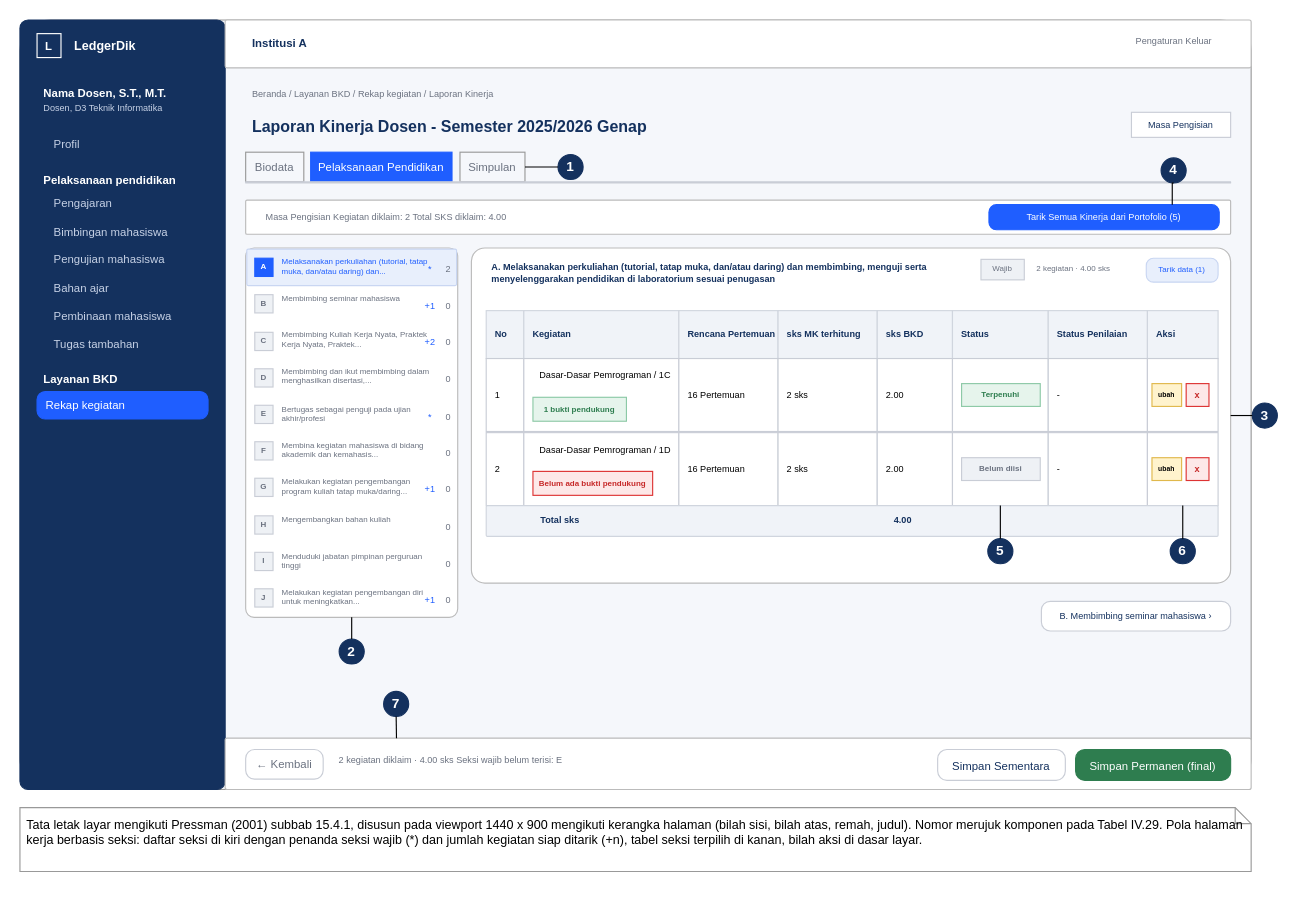
This is docs/diagram/IV-18-antarmuka-detail-rekap-kegiatan.drawio from SandChik/TugasAkhir, a draw.io file, before an edit. Source tidied: cells renumbered, new cells numbered last; positions are measured from the earlier drawing's top-left corner, leaving out a move shared by most shapes. Both pictures are drawn from the tidied source at 114%, with x=0, y=0 at pixel (19, 19).
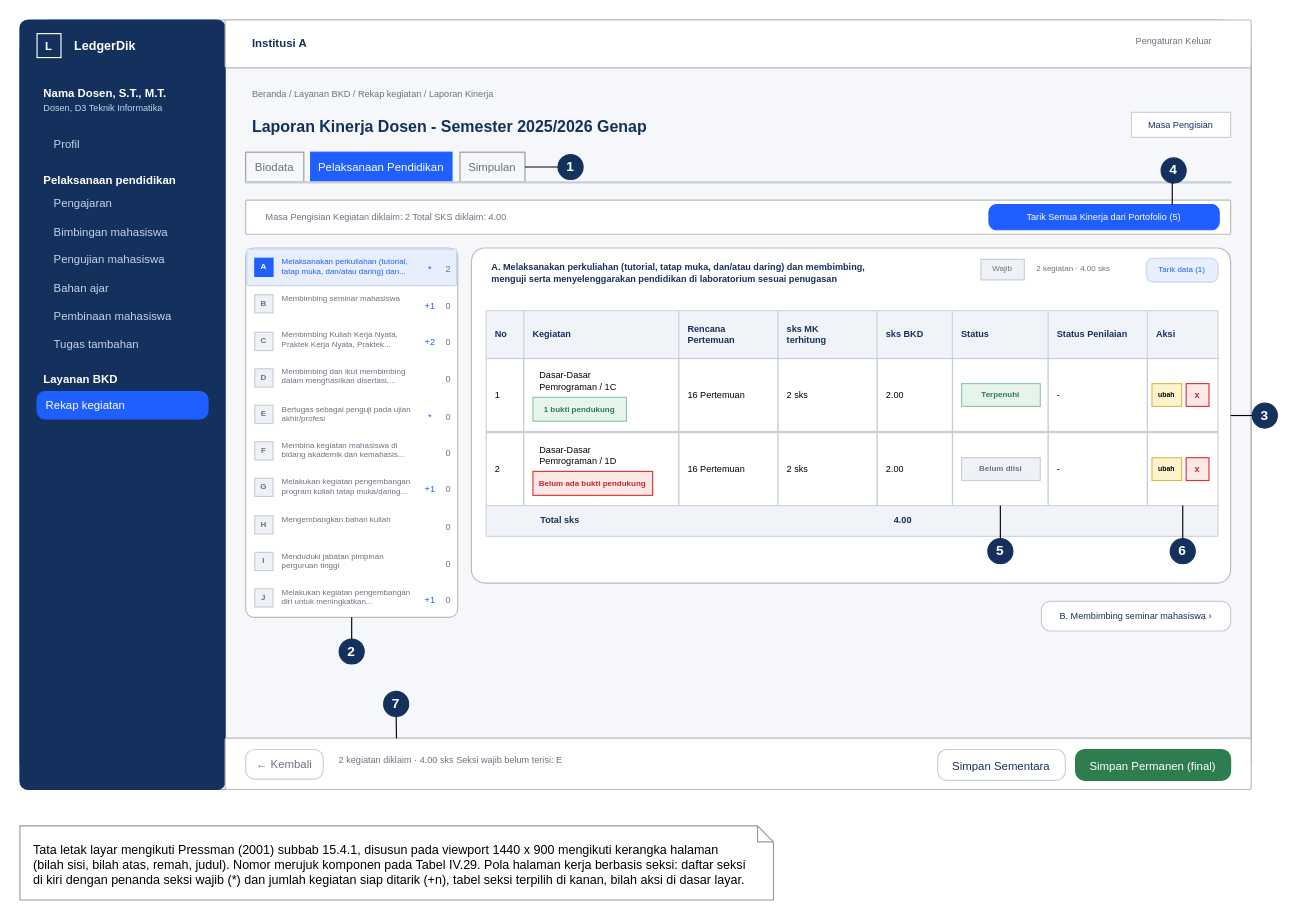
Above is the later version.

The change refers to these unchanged cells:
```xml
<mxCell id="31" style="rounded=1;arcSize=4;verticalAlign=top;fontStyle=1;spacingTop=2;spacingLeft=6;whiteSpace=wrap;html=1;fontSize=11;align=center;strokeColor=#bbbbbb;fillColor=#ffffff;" parent="1" vertex="1">
  <mxGeometry x="198" y="200" width="186" height="324" as="geometry" />
</mxCell>
<mxCell id="69" style="rounded=1;arcSize=4;verticalAlign=top;fontStyle=1;spacingTop=2;spacingLeft=6;whiteSpace=wrap;html=1;fontSize=11;align=center;strokeColor=#bbbbbb;fillColor=#ffffff;" parent="1" vertex="1">
  <mxGeometry x="396" y="200" width="666" height="294" as="geometry" />
</mxCell>
<mxCell id="83" style="rounded=0;whiteSpace=wrap;html=1;fontSize=8;align=center;strokeColor=#c9cdd6;fillColor=#ffffff;" parent="1" vertex="1">
  <mxGeometry x="442" y="297" width="136" height="64" as="geometry" />
</mxCell>
<mxCell id="96" style="rounded=0;whiteSpace=wrap;html=1;fontSize=8;align=center;strokeColor=#c9cdd6;fillColor=#ffffff;" parent="1" vertex="1">
  <mxGeometry x="442" y="362" width="136" height="64" as="geometry" />
</mxCell>
```

What changed in the source:
```diff
@@
-    <mxCell id="34" value="Melaksanakan perkuliahan (tutorial, tatap muka, dan/atau daring) dan..." style="text;strokeColor=none;whiteSpace=wrap;html=1;fontSize=7;align=left;strokeColor=none;fillColor=none;spacing=0;fontColor=#1f5eff;spacingLeft=6;" parent="31" vertex="1">
+    <mxCell id="34" value="Melaksanakan perkuliahan (tutorial,&lt;br&gt;tatap muka, dan/atau daring) dan..." style="text;strokeColor=none;whiteSpace=wrap;html=1;fontSize=7;align=left;strokeColor=none;fillColor=none;spacing=0;fontColor=#1f5eff;spacingLeft=6;" parent="31" vertex="1">
       <mxGeometry x="26" y="4" width="134" height="26" as="geometry" />
     </mxCell>
@@
-    <mxCell id="42" value="Membimbing Kuliah Kerja Nyata, Praktek Kerja Nyata, Praktek..." style="text;strokeColor=none;whiteSpace=wrap;html=1;fontSize=7;align=left;strokeColor=none;fillColor=none;spacing=0;fontColor=#6b7280;spacingLeft=6;" parent="31" vertex="1">
+    <mxCell id="42" value="Membimbing Kuliah Kerja Nyata,&lt;br&gt;Praktek Kerja Nyata, Praktek..." style="text;strokeColor=none;whiteSpace=wrap;html=1;fontSize=7;align=left;strokeColor=none;fillColor=none;spacing=0;fontColor=#6b7280;spacingLeft=6;" parent="31" vertex="1">
       <mxGeometry x="26" y="68" width="134" height="26" as="geometry" />
     </mxCell>
@@
-    <mxCell id="46" value="Membimbing dan ikut membimbing dalam menghasilkan disertasi,..." style="text;strokeColor=none;whiteSpace=wrap;html=1;fontSize=7;align=left;strokeColor=none;fillColor=none;spacing=0;fontColor=#6b7280;spacingLeft=6;" parent="31" vertex="1">
+    <mxCell id="46" value="Membimbing dan ikut membimbing&lt;br&gt;dalam menghasilkan disertasi,..." style="text;strokeColor=none;whiteSpace=wrap;html=1;fontSize=7;align=left;strokeColor=none;fillColor=none;spacing=0;fontColor=#6b7280;spacingLeft=6;" parent="31" vertex="1">
       <mxGeometry x="26" y="100" width="134" height="26" as="geometry" />
     </mxCell>
@@
-    <mxCell id="49" value="Bertugas sebagai penguji pada ujian akhir/profesi" style="text;strokeColor=none;whiteSpace=wrap;html=1;fontSize=7;align=left;strokeColor=none;fillColor=none;spacing=0;fontColor=#6b7280;spacingLeft=6;" parent="31" vertex="1">
+    <mxCell id="49" value="Bertugas sebagai penguji pada ujian&lt;br&gt;akhir/profesi" style="text;strokeColor=none;whiteSpace=wrap;html=1;fontSize=7;align=left;strokeColor=none;fillColor=none;spacing=0;fontColor=#6b7280;spacingLeft=6;" parent="31" vertex="1">
       <mxGeometry x="26" y="133" width="134" height="26" as="geometry" />
     </mxCell>
@@
-    <mxCell id="53" value="Membina kegiatan mahasiswa di bidang akademik dan kemahasis..." style="text;strokeColor=none;whiteSpace=wrap;html=1;fontSize=7;align=left;strokeColor=none;fillColor=none;spacing=0;fontColor=#6b7280;spacingLeft=6;" parent="31" vertex="1">
+    <mxCell id="53" value="Membina kegiatan mahasiswa di&lt;br&gt;bidang akademik dan kemahasis..." style="text;strokeColor=none;whiteSpace=wrap;html=1;fontSize=7;align=left;strokeColor=none;fillColor=none;spacing=0;fontColor=#6b7280;spacingLeft=6;" parent="31" vertex="1">
       <mxGeometry x="26" y="165" width="134" height="26" as="geometry" />
     </mxCell>
@@
-    <mxCell id="56" value="Melakukan kegiatan pengembangan program kuliah tatap muka/daring..." style="text;strokeColor=none;whiteSpace=wrap;html=1;fontSize=7;align=left;strokeColor=none;fillColor=none;spacing=0;fontColor=#6b7280;spacingLeft=6;" parent="31" vertex="1">
+    <mxCell id="56" value="Melakukan kegiatan pengembangan&lt;br&gt;program kuliah tatap muka/daring..." style="text;strokeColor=none;whiteSpace=wrap;html=1;fontSize=7;align=left;strokeColor=none;fillColor=none;spacing=0;fontColor=#6b7280;spacingLeft=6;" parent="31" vertex="1">
       <mxGeometry x="26" y="197" width="134" height="26" as="geometry" />
     </mxCell>
@@
-    <mxCell id="63" value="Menduduki jabatan pimpinan perguruan tinggi" style="text;strokeColor=none;whiteSpace=wrap;html=1;fontSize=7;align=left;strokeColor=none;fillColor=none;spacing=0;fontColor=#6b7280;spacingLeft=6;" parent="31" vertex="1">
+    <mxCell id="63" value="Menduduki jabatan pimpinan&lt;br&gt;perguruan tinggi" style="text;strokeColor=none;whiteSpace=wrap;html=1;fontSize=7;align=left;strokeColor=none;fillColor=none;spacing=0;fontColor=#6b7280;spacingLeft=6;" parent="31" vertex="1">
       <mxGeometry x="26" y="262" width="134" height="26" as="geometry" />
     </mxCell>
@@
-    <mxCell id="66" value="Melakukan kegiatan pengembangan diri untuk meningkatkan..." style="text;strokeColor=none;whiteSpace=wrap;html=1;fontSize=7;align=left;strokeColor=none;fillColor=none;spacing=0;fontColor=#6b7280;spacingLeft=6;" parent="31" vertex="1">
+    <mxCell id="66" value="Melakukan kegiatan pengembangan&lt;br&gt;diri untuk meningkatkan..." style="text;strokeColor=none;whiteSpace=wrap;html=1;fontSize=7;align=left;strokeColor=none;fillColor=none;spacing=0;fontColor=#6b7280;spacingLeft=6;" parent="31" vertex="1">
       <mxGeometry x="26" y="294" width="134" height="26" as="geometry" />
     </mxCell>
@@
-    <mxCell id="70" value="A. Melaksanakan perkuliahan (tutorial, tatap muka, dan/atau daring) dan membimbing, menguji serta menyelenggarakan pendidikan di laboratorium sesuai penugasan" style="text;strokeColor=none;whiteSpace=wrap;html=1;fontSize=8;align=left;strokeColor=none;fillColor=none;spacing=0;fontStyle=1;fontColor=#14315e;spacingLeft=6;" parent="69" vertex="1">
+    <mxCell id="70" value="A. Melaksanakan perkuliahan (tutorial, tatap muka, dan/atau daring) dan membimbing,&lt;br&gt;menguji serta menyelenggarakan pendidikan di laboratorium sesuai penugasan" style="text;strokeColor=none;whiteSpace=wrap;html=1;fontSize=8;align=left;strokeColor=none;fillColor=none;spacing=0;fontStyle=1;fontColor=#14315e;spacingLeft=6;" parent="69" vertex="1">
       <mxGeometry x="12" y="8" width="450" height="30" as="geometry" />
     </mxCell>
@@
-    <mxCell id="76" value="Rencana Pertemuan" style="rounded=0;whiteSpace=wrap;html=1;fontSize=8;align=left;strokeColor=#d0d5de;fillColor=#f0f3f8;fontStyle=1;fontColor=#14315e;spacingLeft=6;" parent="1" vertex="1">
+    <mxCell id="76" value="Rencana&lt;br&gt;Pertemuan" style="rounded=0;whiteSpace=wrap;html=1;fontSize=8;align=left;strokeColor=#d0d5de;fillColor=#f0f3f8;fontStyle=1;fontColor=#14315e;spacingLeft=6;" parent="1" vertex="1">
       <mxGeometry x="578" y="255" width="87" height="42" as="geometry" />
     </mxCell>
-    <mxCell id="77" value="sks MK terhitung" style="rounded=0;whiteSpace=wrap;html=1;fontSize=8;align=left;strokeColor=#d0d5de;fillColor=#f0f3f8;fontStyle=1;fontColor=#14315e;spacingLeft=6;" parent="1" vertex="1">
+    <mxCell id="77" value="sks MK&lt;br&gt;terhitung" style="rounded=0;whiteSpace=wrap;html=1;fontSize=8;align=left;strokeColor=#d0d5de;fillColor=#f0f3f8;fontStyle=1;fontColor=#14315e;spacingLeft=6;" parent="1" vertex="1">
       <mxGeometry x="665" y="255" width="87" height="42" as="geometry" />
     </mxCell>
@@
-    <mxCell id="84" value="Dasar-Dasar Pemrograman / 1C" style="text;strokeColor=none;whiteSpace=wrap;html=1;fontSize=8;align=left;strokeColor=none;fillColor=none;spacing=0;spacingLeft=6;" parent="83" vertex="1">
+    <mxCell id="84" value="Dasar-Dasar&lt;br&gt;Pemrograman / 1C" style="text;strokeColor=none;whiteSpace=wrap;html=1;fontSize=8;align=left;strokeColor=none;fillColor=none;spacing=0;spacingLeft=6;" parent="83" vertex="1">
       <mxGeometry x="8" y="6" width="128" height="27" as="geometry" />
     </mxCell>
@@
-    <mxCell id="97" value="Dasar-Dasar Pemrograman / 1D" style="text;strokeColor=none;whiteSpace=wrap;html=1;fontSize=8;align=left;strokeColor=none;fillColor=none;spacing=0;spacingLeft=6;" parent="96" vertex="1">
+    <mxCell id="97" value="Dasar-Dasar&lt;br&gt;Pemrograman / 1D" style="text;strokeColor=none;whiteSpace=wrap;html=1;fontSize=8;align=left;strokeColor=none;fillColor=none;spacing=0;spacingLeft=6;" parent="96" vertex="1">
       <mxGeometry x="8" y="6" width="128" height="27" as="geometry" />
     </mxCell>
@@
-    <mxCell id="124" value="Tata letak layar mengikuti Pressman (2001) subbab 15.4.1, disusun pada viewport 1440 x 900 mengikuti kerangka halaman (bilah sisi, bilah atas, remah, judul). Nomor merujuk komponen pada Tabel IV.29. Pola halaman kerja berbasis seksi: daftar seksi di kiri dengan penanda seksi wajib (*) dan jumlah kegiatan siap ditarik (+n), tabel seksi terpilih di kanan, bilah aksi di dasar layar." style="shape=note;size=14;verticalAlign=top;spacingLeft=4;spacingTop=2;whiteSpace=wrap;html=1;fontSize=11;align=left;strokeColor=#999999;fillColor=#ffffff;" parent="1" vertex="1">
-      <mxGeometry y="691" width="1080" height="56" as="geometry" />
+    <mxCell id="124" value="Tata letak layar mengikuti Pressman (2001) subbab 15.4.1, disusun pada viewport 1440 x 900 mengikuti kerangka halaman&lt;br&gt;(bilah sisi, bilah atas, remah, judul). Nomor merujuk komponen pada Tabel IV.29. Pola halaman kerja berbasis seksi: daftar seksi&lt;br&gt;di kiri dengan penanda seksi wajib (*) dan jumlah kegiatan siap ditarik (+n), tabel seksi terpilih di kanan, bilah aksi di dasar layar." style="shape=note;size=14;verticalAlign=top;spacingLeft=10;spacingRight=20;spacingTop=8;whiteSpace=wrap;html=1;fontSize=11;align=left;strokeColor=#999999;fillColor=#ffffff;" parent="1" vertex="1">
+      <mxGeometry y="707" width="661" height="65" as="geometry" />
     </mxCell>
```
